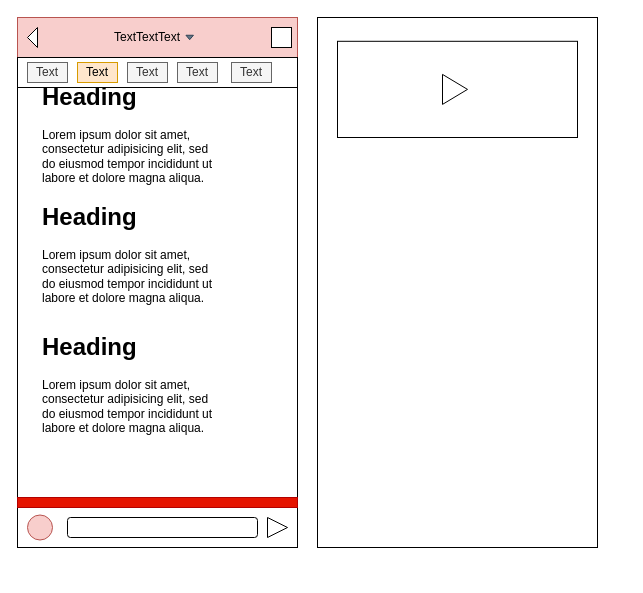
The draw.io diagram note/news_panel.drawio in underbayan/Roman-workshop, before the edit. Source tidied: cells renumbered, new cells numbered last; positions are measured from the earlier drawing's top-left corner, leaving out a move shared by most shapes. Both pictures are drawn from the tidied source at 100%, with x=0, y=0 at pixel (17, 17).
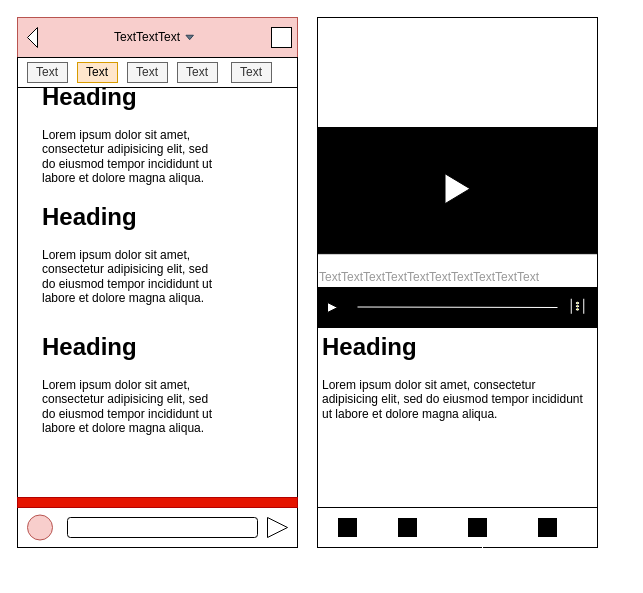
Above is the later version.

What changed in the source:
```diff
@@
+    <mxCell id="25" style="group;" parent="1" vertex="1">
+      <mxGeometry x="300" y="270" width="290" height="40" as="geometry" />
+    </mxCell>
+    <mxCell id="26" style="rounded=0;whiteSpace=wrap;html=1;fillColor=#000000;" parent="25" vertex="1">
+      <mxGeometry width="280" height="40" as="geometry" />
+    </mxCell>
+    <mxCell id="27" style="triangle;whiteSpace=wrap;html=1;" parent="25" vertex="1">
+      <mxGeometry x="10" y="15" width="10" height="10" as="geometry" />
+    </mxCell>
+    <mxCell id="28" style="endArrow=none;html=1;strokeColor=#FFFFFF;" parent="25" edge="1">
+      <mxGeometry relative="1" as="geometry">
+        <mxPoint x="240" y="20" as="sourcePoint" />
+        <mxPoint x="40" y="19.5" as="targetPoint" />
+      </mxGeometry>
+    </mxCell>
+    <mxCell id="29" style="verticalLabelPosition=bottom;verticalAlign=top;html=1;shape=mxgraph.flowchart.parallel_mode;rotation=90;strokeColor=#FFFFFF;" parent="25" vertex="1">
+      <mxGeometry x="252.5" y="12.5" width="15" height="12.5" as="geometry" />
+    </mxCell>
+    <mxCell id="30" value="&lt;font color=&quot;#999999&quot;&gt;TextTextTextTextTextTextTextTextTextText&lt;/font&gt;" style="text;html=1;strokeColor=none;fillColor=none;align=left;verticalAlign=middle;whiteSpace=wrap;rounded=0;" parent="1" vertex="1">
+      <mxGeometry x="300" y="250" width="280" height="20" as="geometry" />
+    </mxCell>
+    <mxCell id="31" style="group;" parent="1" vertex="1">
+      <mxGeometry x="300" y="110" width="280" height="126.2" as="geometry" />
+    </mxCell>
-    <mxCell id="23" style="rounded=0;whiteSpace=wrap;html=1;" parent="1" vertex="1">
-      <mxGeometry x="320" y="23.8" width="240" height="96.2" as="geometry" />
+    <mxCell id="23" style="rounded=0;whiteSpace=wrap;html=1;fillColor=#000000;" parent="31" vertex="1">
+      <mxGeometry width="280" height="126.2" as="geometry" />
     </mxCell>
-    <mxCell id="24" style="triangle;whiteSpace=wrap;html=1;" parent="1" vertex="1">
-      <mxGeometry x="425" y="56.9" width="25" height="30" as="geometry" />
+    <mxCell id="24" style="triangle;whiteSpace=wrap;html=1;" parent="31" vertex="1">
+      <mxGeometry x="127.5" y="46.2" width="25" height="30" as="geometry" />
     </mxCell>
+    <mxCell id="32" style="rounded=0;whiteSpace=wrap;html=1;" parent="1" vertex="1">
+      <mxGeometry x="300" y="490" width="280" height="40" as="geometry" />
+    </mxCell>
+    <mxCell id="33" style="whiteSpace=wrap;html=1;strokeColor=#FFFFFF;fillColor=#000000;" parent="1" vertex="1">
+      <mxGeometry x="320" y="500" width="20" height="20" as="geometry" />
+    </mxCell>
+    <mxCell id="34" style="whiteSpace=wrap;html=1;strokeColor=#FFFFFF;fillColor=#000000;" parent="1" vertex="1">
+      <mxGeometry x="380" y="500" width="20" height="20" as="geometry" />
+    </mxCell>
+    <mxCell id="35" style="edgeStyle=orthogonalEdgeStyle;rounded=0;jettySize=auto;html=1;exitX=0.75;exitY=1;exitDx=0;exitDy=0;strokeColor=#FFFFFF;" parent="1" edge="1" source="36" target="32">
+      <mxGeometry relative="1" as="geometry" />
+    </mxCell>
+    <mxCell id="36" style="whiteSpace=wrap;html=1;strokeColor=#FFFFFF;fillColor=#000000;" parent="1" vertex="1">
+      <mxGeometry x="450" y="500" width="20" height="20" as="geometry" />
+    </mxCell>
+    <mxCell id="37" style="whiteSpace=wrap;html=1;strokeColor=#FFFFFF;fillColor=#000000;" parent="1" vertex="1">
+      <mxGeometry x="520" y="500" width="20" height="20" as="geometry" />
+    </mxCell>
+    <mxCell id="38" value="&lt;h1&gt;Heading&lt;/h1&gt;&lt;p&gt;Lorem ipsum dolor sit amet, consectetur adipisicing elit, sed do eiusmod tempor incididunt ut labore et dolore magna aliqua.&lt;/p&gt;" style="text;html=1;strokeColor=none;fillColor=none;spacing=5;spacingTop=-20;whiteSpace=wrap;overflow=hidden;rounded=0;" parent="1" vertex="1">
+      <mxGeometry x="300" y="310" width="280" height="120" as="geometry" />
+    </mxCell>
```
